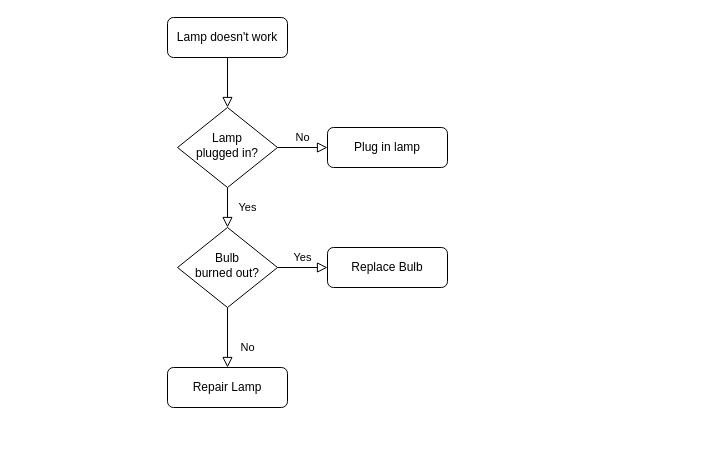
Before: 未命名绘图.drawio in SwagLYY/myPersonalRepo, a draw.io diagram. Source tidied: cells renumbered, new cells numbered last; positions are measured from the earlier drawing's top-left corner, leaving out a move shared by most shapes. Both pictures are drawn from the tidied source at 100%, with x=0, y=0 at pixel (167, 17).
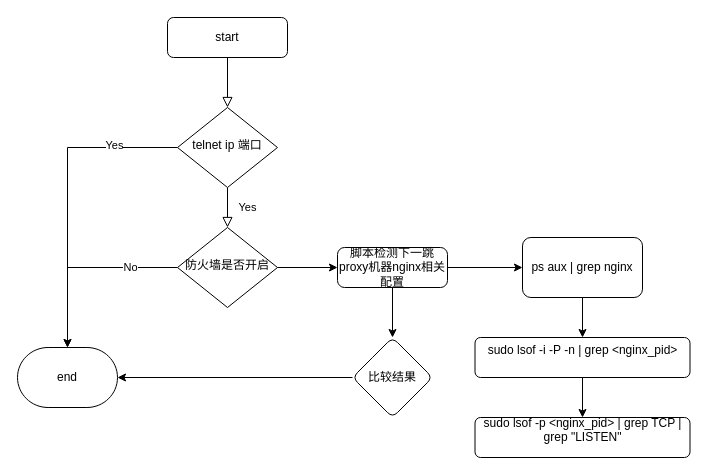
After the change.

Commit message:
链路检测流程图.drawio

Diff of the diagram source:
```diff
@@
-    <mxCell id="3" value="Lamp doesn't work" style="rounded=1;whiteSpace=wrap;html=1;fontSize=12;glass=0;strokeWidth=1;shadow=0;" parent="1" vertex="1">
+    <mxCell id="3" value="start" style="rounded=1;whiteSpace=wrap;html=1;fontSize=12;glass=0;strokeWidth=1;shadow=0;" parent="1" vertex="1">
       <mxGeometry width="120" height="40" as="geometry" />
     </mxCell>
@@
-    <mxCell id="5" value="No" style="edgeStyle=orthogonalEdgeStyle;rounded=0;html=1;jettySize=auto;fontSize=11;endArrow=block;endFill=0;endSize=8;strokeWidth=1;shadow=0;labelBackgroundColor=none;" parent="1" edge="1" source="6" target="7">
-      <mxGeometry y="10" relative="1" as="geometry" />
-    </mxCell>
+    <mxCell id="13" style="edgeStyle=orthogonalEdgeStyle;rounded=0;jettySize=auto;html=1;" parent="1" edge="1" source="6" target="17">
+      <mxGeometry relative="1" as="geometry" />
+    </mxCell>
+    <mxCell id="9" value="Yes" style="edgeLabel;html=1;align=center;verticalAlign=middle;" parent="13" vertex="1">
+      <mxGeometry x="-0.59" y="-3" relative="1" as="geometry" />
+    </mxCell>
-    <mxCell id="6" value="Lamp&lt;br&gt;plugged in?" style="rhombus;whiteSpace=wrap;html=1;shadow=0;fontFamily=Helvetica;fontSize=12;align=center;strokeWidth=1;spacing=6;spacingTop=-4;" parent="1" vertex="1">
+    <mxCell id="6" value="telnet ip 端口" style="rhombus;whiteSpace=wrap;html=1;shadow=0;fontFamily=Helvetica;fontSize=12;align=center;strokeWidth=1;spacing=6;spacingTop=-4;" parent="1" vertex="1">
       <mxGeometry x="10" y="90" width="100" height="80" as="geometry" />
     </mxCell>
-    <mxCell id="7" value="Plug in lamp" style="rounded=1;whiteSpace=wrap;html=1;fontSize=12;glass=0;strokeWidth=1;shadow=0;" parent="1" vertex="1">
-      <mxGeometry x="160" y="110" width="120" height="40" as="geometry" />
-    </mxCell>
-    <mxCell id="8" value="No" style="rounded=0;html=1;jettySize=auto;fontSize=11;endArrow=block;endFill=0;endSize=8;strokeWidth=1;shadow=0;labelBackgroundColor=none;edgeStyle=orthogonalEdgeStyle;" parent="1" edge="1" source="10" target="11">
-      <mxGeometry x="0.33" y="20" relative="1" as="geometry" />
-    </mxCell>
-    <mxCell id="9" value="Yes" style="edgeStyle=orthogonalEdgeStyle;rounded=0;html=1;jettySize=auto;fontSize=11;endArrow=block;endFill=0;endSize=8;strokeWidth=1;shadow=0;labelBackgroundColor=none;" parent="1" edge="1" source="10" target="12">
-      <mxGeometry y="10" relative="1" as="geometry" />
-    </mxCell>
+    <mxCell id="14" style="edgeStyle=orthogonalEdgeStyle;rounded=0;jettySize=auto;html=1;" parent="1" edge="1" source="10" target="17">
+      <mxGeometry relative="1" as="geometry" />
+    </mxCell>
+    <mxCell id="15" value="No" style="edgeLabel;html=1;align=center;verticalAlign=middle;" parent="14" vertex="1">
+      <mxGeometry x="-0.49" y="-1" relative="1" as="geometry" />
+    </mxCell>
+    <mxCell id="16" style="edgeStyle=orthogonalEdgeStyle;rounded=0;jettySize=auto;html=1;entryX=0;entryY=0.5;entryDx=0;entryDy=0;" parent="1" edge="1" source="10" target="20">
+      <mxGeometry relative="1" as="geometry" />
+    </mxCell>
-    <mxCell id="10" value="Bulb&lt;br&gt;burned out?" style="rhombus;whiteSpace=wrap;html=1;shadow=0;fontFamily=Helvetica;fontSize=12;align=center;strokeWidth=1;spacing=6;spacingTop=-4;" parent="1" vertex="1">
+    <mxCell id="10" value="防火墙是否开启" style="rhombus;whiteSpace=wrap;html=1;shadow=0;fontFamily=Helvetica;fontSize=12;align=center;strokeWidth=1;spacing=6;spacingTop=-4;" parent="1" vertex="1">
       <mxGeometry x="10" y="210" width="100" height="80" as="geometry" />
     </mxCell>
-    <mxCell id="11" value="Repair Lamp" style="rounded=1;whiteSpace=wrap;html=1;fontSize=12;glass=0;strokeWidth=1;shadow=0;" parent="1" vertex="1">
-      <mxGeometry y="350" width="120" height="40" as="geometry" />
-    </mxCell>
-    <mxCell id="12" value="Replace Bulb" style="rounded=1;whiteSpace=wrap;html=1;fontSize=12;glass=0;strokeWidth=1;shadow=0;" parent="1" vertex="1">
-      <mxGeometry x="160" y="230" width="120" height="40" as="geometry" />
-    </mxCell>
+    <mxCell id="17" value="end" style="strokeWidth=1;html=1;shape=mxgraph.flowchart.terminator;whiteSpace=wrap;" parent="1" vertex="1">
+      <mxGeometry x="-150" y="330" width="100" height="60" as="geometry" />
+    </mxCell>
+    <mxCell id="18" style="edgeStyle=orthogonalEdgeStyle;rounded=0;jettySize=auto;html=1;" parent="1" edge="1" source="20" target="22">
+      <mxGeometry relative="1" as="geometry" />
+    </mxCell>
+    <mxCell id="19" style="edgeStyle=orthogonalEdgeStyle;rounded=0;jettySize=auto;html=1;" parent="1" edge="1" source="20" target="26">
+      <mxGeometry relative="1" as="geometry" />
+    </mxCell>
+    <mxCell id="20" value="脚本检测下一跳proxy机器nginx相关配置" style="rounded=1;whiteSpace=wrap;html=1;absoluteArcSize=1;arcSize=14;strokeWidth=1;" parent="1" vertex="1">
+      <mxGeometry x="170" y="230" width="110" height="40" as="geometry" />
+    </mxCell>
+    <mxCell id="21" style="edgeStyle=orthogonalEdgeStyle;rounded=0;jettySize=auto;html=1;" parent="1" edge="1" source="22" target="24">
+      <mxGeometry relative="1" as="geometry" />
+    </mxCell>
+    <mxCell id="22" value="ps aux | grep nginx" style="whiteSpace=wrap;html=1;rounded=1;arcSize=14;strokeWidth=1;" parent="1" vertex="1">
+      <mxGeometry x="355" y="220" width="120" height="60" as="geometry" />
+    </mxCell>
+    <mxCell id="23" style="edgeStyle=orthogonalEdgeStyle;rounded=0;jettySize=auto;html=1;" parent="1" edge="1" source="24" target="25">
+      <mxGeometry relative="1" as="geometry" />
+    </mxCell>
+    <mxCell id="24" value="&lt;div&gt;sudo lsof -i -P -n | grep &amp;lt;nginx_pid&amp;gt;&lt;/div&gt;&lt;div&gt;&lt;br&gt;&lt;/div&gt;" style="whiteSpace=wrap;html=1;rounded=1;arcSize=14;strokeWidth=1;" parent="1" vertex="1">
+      <mxGeometry x="307.5" y="320" width="215" height="40" as="geometry" />
+    </mxCell>
+    <mxCell id="25" value="&lt;div&gt;&lt;div&gt;sudo lsof -p &amp;lt;nginx_pid&amp;gt; | grep TCP | grep &quot;LISTEN&quot;&lt;/div&gt;&lt;/div&gt;&lt;div&gt;&lt;br&gt;&lt;/div&gt;" style="whiteSpace=wrap;html=1;rounded=1;arcSize=14;strokeWidth=1;" parent="1" vertex="1">
+      <mxGeometry x="307.5" y="400" width="215" height="40" as="geometry" />
+    </mxCell>
+    <mxCell id="26" value="比较结果" style="rhombus;whiteSpace=wrap;html=1;rounded=1;arcSize=14;strokeWidth=1;" parent="1" vertex="1">
+      <mxGeometry x="185" y="320" width="80" height="80" as="geometry" />
+    </mxCell>
+    <mxCell id="27" style="edgeStyle=orthogonalEdgeStyle;rounded=0;jettySize=auto;html=1;entryX=1;entryY=0.5;entryDx=0;entryDy=0;entryPerimeter=0;" parent="1" edge="1" source="26" target="17">
+      <mxGeometry relative="1" as="geometry" />
+    </mxCell>
```
